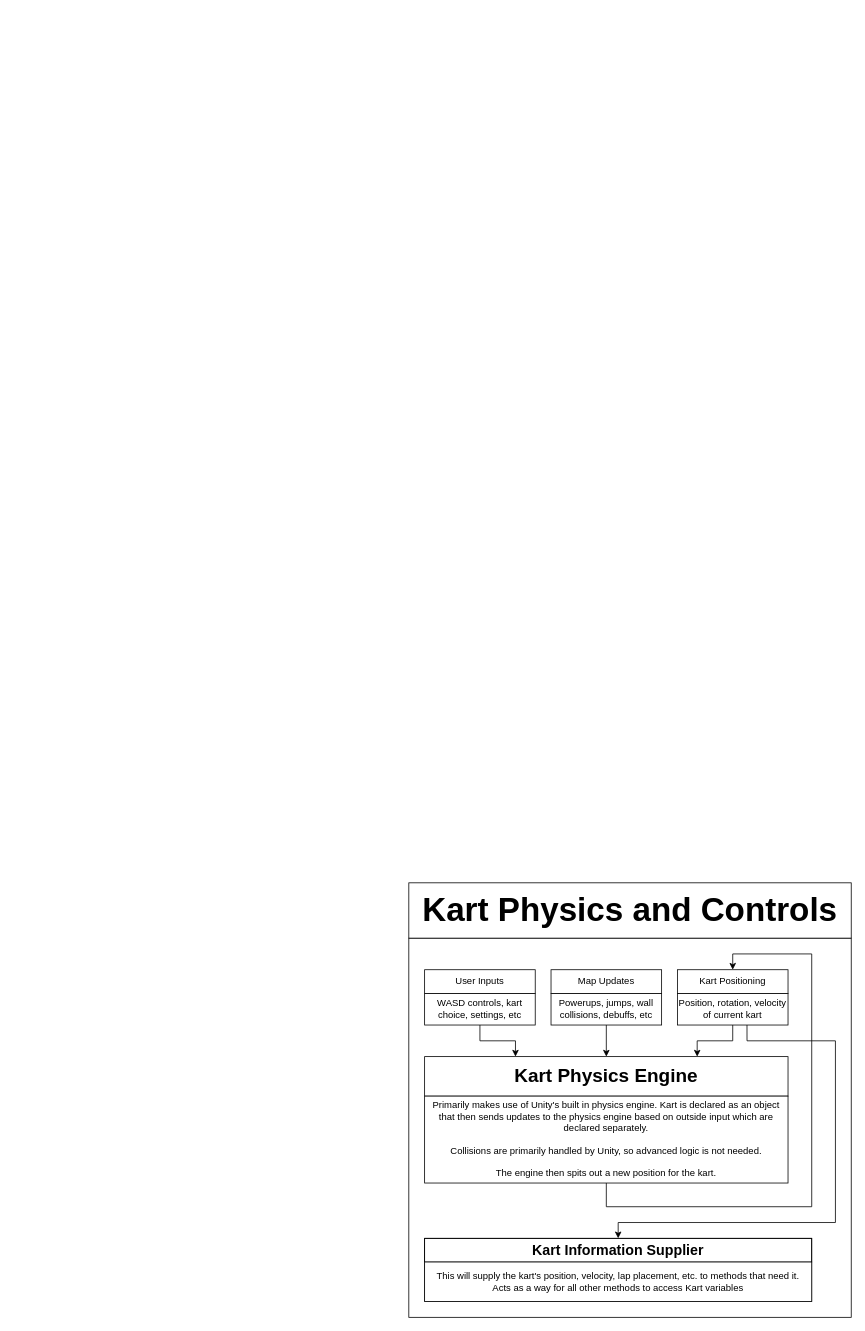
sozalpasan1/HWKartKlash keeps this draw.io diagram as documentation/TechSpecs/KartPhysicsAndControls.drawio. Above is the earlier version. Source tidied: cells renumbered, new cells numbered last; positions are measured from the earlier drawing's top-left corner, leaving out a move shared by most shapes. Both pictures are drawn from the tidied source at 79%, with x=0, y=0 at pixel (408, 882).
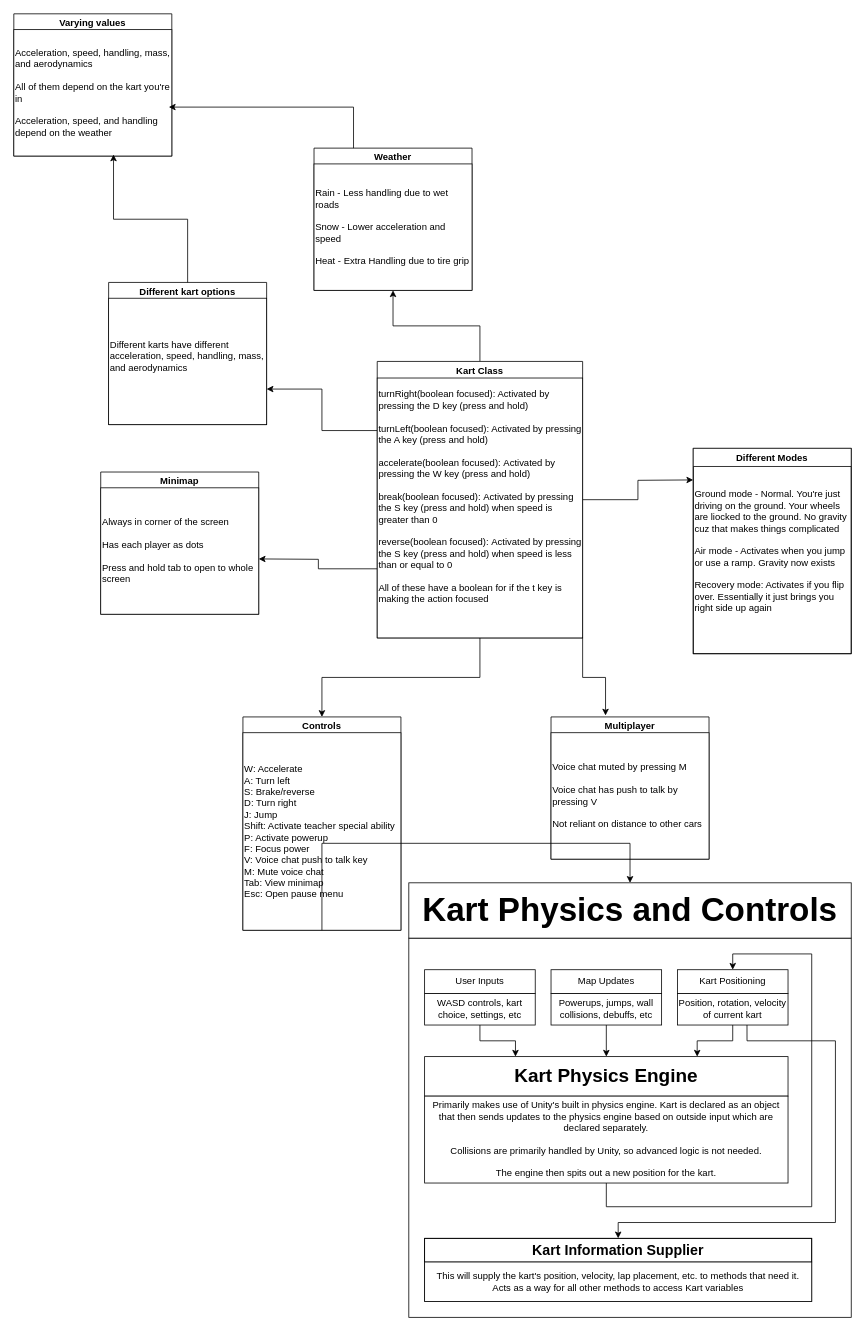
After the change.

Commit message (it also covers changes not shown here):
Jacob Kart and Controls (#11)

* techspec is like done

* added figma thingy

hopefully its detailed enough. i love america!!!!

* change names

* flibbertigibbet

i secretly hate america

---------

Unchanged cells that the change refers to:
```xml
<mxCell id="22" value="&lt;b&gt;&lt;font style=&quot;font-size: 42px;&quot;&gt;Kart Physics and Controls&lt;/font&gt;&lt;/b&gt;" style="rounded=0;whiteSpace=wrap;html=1;" parent="2" vertex="1">
  <mxGeometry width="560" height="70" as="geometry" />
</mxCell>
```

The edit, as a diff of the source:
```diff
@@
+    <mxCell id="25" style="edgeStyle=orthogonalEdgeStyle;rounded=0;jettySize=auto;html=1;exitX=0.5;exitY=1;exitDx=0;exitDy=0;" parent="1" edge="1" source="30" target="38">
+      <mxGeometry relative="1" as="geometry" />
+    </mxCell>
+    <mxCell id="26" style="edgeStyle=orthogonalEdgeStyle;rounded=0;jettySize=auto;html=1;exitX=0;exitY=0.25;exitDx=0;exitDy=0;entryX=1;entryY=0.75;entryDx=0;entryDy=0;" parent="1" edge="1" source="30" target="40">
+      <mxGeometry relative="1" as="geometry" />
+    </mxCell>
+    <mxCell id="27" style="edgeStyle=orthogonalEdgeStyle;rounded=0;jettySize=auto;html=1;exitX=0.5;exitY=0;exitDx=0;exitDy=0;" parent="1" edge="1" source="30" target="43">
+      <mxGeometry relative="1" as="geometry" />
+    </mxCell>
+    <mxCell id="28" style="edgeStyle=orthogonalEdgeStyle;rounded=0;jettySize=auto;html=1;exitX=0;exitY=0.75;exitDx=0;exitDy=0;" parent="1" edge="1" source="30">
+      <mxGeometry relative="1" as="geometry">
+        <mxPoint x="-190" y="-410" as="targetPoint" />
+      </mxGeometry>
+    </mxCell>
+    <mxCell id="29" style="edgeStyle=orthogonalEdgeStyle;rounded=0;jettySize=auto;html=1;exitX=1;exitY=0.5;exitDx=0;exitDy=0;" parent="1" edge="1" source="30">
+      <mxGeometry relative="1" as="geometry">
+        <mxPoint x="360" y="-510" as="targetPoint" />
+      </mxGeometry>
+    </mxCell>
+    <mxCell id="30" value="Kart Class" style="swimlane;whiteSpace=wrap;html=1;" parent="1" vertex="1">
+      <mxGeometry x="-40" y="-660" width="260" height="350" as="geometry" />
+    </mxCell>
+    <mxCell id="31" value="turnRight(boolean focused): Activated by pressing the D&lt;span style=&quot;background-color: transparent; color: light-dark(rgb(0, 0, 0), rgb(255, 255, 255));&quot;&gt;&amp;nbsp;key (press and hold)&lt;/span&gt;&lt;div&gt;&lt;br&gt;&lt;div&gt;&lt;div&gt;turnLeft(&lt;span style=&quot;background-color: transparent; color: light-dark(rgb(0, 0, 0), rgb(255, 255, 255));&quot;&gt;boolean focused&lt;/span&gt;&lt;span style=&quot;background-color: transparent; color: light-dark(rgb(0, 0, 0), rgb(255, 255, 255));&quot;&gt;): Activated by pressing the A key (press and hold)&lt;/span&gt;&lt;/div&gt;&lt;div&gt;&lt;br&gt;&lt;div&gt;accelerate(&lt;span style=&quot;background-color: transparent; color: light-dark(rgb(0, 0, 0), rgb(255, 255, 255));&quot;&gt;boolean focused&lt;/span&gt;&lt;span style=&quot;background-color: transparent; color: light-dark(rgb(0, 0, 0), rgb(255, 255, 255));&quot;&gt;):&amp;nbsp;&lt;/span&gt;&lt;span style=&quot;background-color: transparent; color: light-dark(rgb(0, 0, 0), rgb(255, 255, 255));&quot;&gt;Activated by pressing the W key (press and hold)&lt;/span&gt;&lt;/div&gt;&lt;div&gt;&lt;span style=&quot;background-color: transparent; color: light-dark(rgb(0, 0, 0), rgb(255, 255, 255));&quot;&gt;&lt;br&gt;&lt;/span&gt;&lt;/div&gt;&lt;div&gt;break(&lt;span style=&quot;background-color: transparent; color: light-dark(rgb(0, 0, 0), rgb(255, 255, 255));&quot;&gt;boolean focused&lt;/span&gt;&lt;span style=&quot;background-color: transparent; color: light-dark(rgb(0, 0, 0), rgb(255, 255, 255));&quot;&gt;):&amp;nbsp;&lt;/span&gt;&lt;span style=&quot;background-color: transparent; color: light-dark(rgb(0, 0, 0), rgb(255, 255, 255));&quot;&gt;Activated by pressing the S key (press and hold) when speed is greater than 0&lt;/span&gt;&lt;/div&gt;&lt;div&gt;&lt;span style=&quot;background-color: transparent; color: light-dark(rgb(0, 0, 0), rgb(255, 255, 255));&quot;&gt;&lt;br&gt;&lt;/span&gt;&lt;/div&gt;&lt;div&gt;reverse(boolean focused):&amp;nbsp;&lt;span style=&quot;background-color: transparent; color: light-dark(rgb(0, 0, 0), rgb(255, 255, 255));&quot;&gt;Activated by pressing the S key (press and hold) when speed is less than or equal to 0&lt;/span&gt;&lt;/div&gt;&lt;div&gt;&lt;span style=&quot;background-color: transparent; color: light-dark(rgb(0, 0, 0), rgb(255, 255, 255));&quot;&gt;&lt;br&gt;&lt;/span&gt;&lt;/div&gt;&lt;div&gt;&lt;span style=&quot;background-color: transparent; color: light-dark(rgb(0, 0, 0), rgb(255, 255, 255));&quot;&gt;All of these have a boolean for if the t key is making the action focused&lt;/span&gt;&lt;/div&gt;&lt;div&gt;&lt;span style=&quot;background-color: transparent; color: light-dark(rgb(0, 0, 0), rgb(255, 255, 255));&quot;&gt;&lt;span style=&quot;white-space: pre;&quot;&gt;&#9;&lt;/span&gt;&lt;br&gt;&lt;/span&gt;&lt;/div&gt;&lt;div&gt;&lt;br&gt;&lt;/div&gt;&lt;/div&gt;&lt;/div&gt;&lt;/div&gt;" style="rounded=0;whiteSpace=wrap;html=1;align=left;" parent="30" vertex="1">
+      <mxGeometry y="21" width="260" height="329" as="geometry" />
+    </mxCell>
+    <mxCell id="32" value="Ground mode - Normal. You're just driving on the ground. Your wheels are liocked to the ground. No gravity cuz that makes things complicated&lt;div&gt;&lt;br&gt;&lt;/div&gt;&lt;div&gt;Air mode - Activates when you jump or use a ramp. Gravity now exists&lt;/div&gt;&lt;div&gt;&lt;br&gt;&lt;/div&gt;&lt;div&gt;Recovery mode: Activates if you flip over. Essentially it just brings you right side up again&lt;/div&gt;" style="rounded=0;whiteSpace=wrap;html=1;align=left;" parent="1" vertex="1">
+      <mxGeometry x="360" y="-550" width="200" height="260" as="geometry" />
+    </mxCell>
+    <mxCell id="33" value="Different Modes" style="swimlane;whiteSpace=wrap;html=1;" parent="1" vertex="1">
+      <mxGeometry x="360" y="-550" width="200" height="260" as="geometry" />
+    </mxCell>
+    <mxCell id="34" value="Multiplayer" style="swimlane;whiteSpace=wrap;html=1;" parent="1" vertex="1">
+      <mxGeometry x="180" y="-210" width="200" height="180" as="geometry" />
+    </mxCell>
+    <mxCell id="35" value="Voice chat muted by pressing M&lt;div&gt;&lt;br&gt;&lt;/div&gt;&lt;div&gt;Voice chat has push to talk by pressing V&lt;/div&gt;&lt;div&gt;&lt;br&gt;&lt;/div&gt;&lt;div&gt;Not reliant on distance to other cars&lt;/div&gt;" style="rounded=0;whiteSpace=wrap;html=1;align=left;" parent="34" vertex="1">
+      <mxGeometry y="20" width="200" height="160" as="geometry" />
+    </mxCell>
+    <mxCell id="36" value="Varying values" style="swimlane;whiteSpace=wrap;html=1;" parent="1" vertex="1">
+      <mxGeometry x="-500" y="-1100" width="200" height="180" as="geometry" />
+    </mxCell>
+    <mxCell id="37" value="Acceleration, speed, handling, mass, and aerodynamics&lt;div&gt;&lt;br&gt;&lt;/div&gt;&lt;div&gt;All of them depend on the kart you're in&lt;/div&gt;&lt;div&gt;&lt;br&gt;&lt;/div&gt;&lt;div&gt;Acceleration, speed, and handling depend on the weather&lt;/div&gt;" style="rounded=0;whiteSpace=wrap;html=1;align=left;" parent="36" vertex="1">
+      <mxGeometry y="20" width="200" height="160" as="geometry" />
+    </mxCell>
+    <mxCell id="38" value="Controls" style="swimlane;whiteSpace=wrap;html=1;" parent="1" vertex="1">
+      <mxGeometry x="-210" y="-210" width="200" height="270" as="geometry" />
+    </mxCell>
+    <mxCell id="39" value="W: Accelerate&lt;div&gt;A: Turn left&lt;/div&gt;&lt;div&gt;S: Brake/reverse&lt;/div&gt;&lt;div&gt;D: Turn right&lt;/div&gt;&lt;div&gt;J: Jump&lt;/div&gt;&lt;div&gt;Shift: Activate teacher special ability&lt;/div&gt;&lt;div&gt;P: Activate powerup&lt;/div&gt;&lt;div&gt;F: Focus power&lt;/div&gt;&lt;div&gt;V: Voice chat push to talk key&lt;/div&gt;&lt;div&gt;M: Mute voice chat&lt;/div&gt;&lt;div&gt;Tab: View minimap&lt;/div&gt;&lt;div&gt;Esc: Open pause menu&lt;/div&gt;" style="rounded=0;whiteSpace=wrap;html=1;align=left;" parent="38" vertex="1">
+      <mxGeometry y="20" width="200" height="250" as="geometry" />
+    </mxCell>
+    <mxCell id="40" value="Different kart options" style="swimlane;whiteSpace=wrap;html=1;" parent="1" vertex="1">
+      <mxGeometry x="-380" y="-760" width="200" height="180" as="geometry" />
+    </mxCell>
+    <mxCell id="41" value="Different karts have different acceleration, speed, handling, mass, and aerodynamics&lt;div&gt;&lt;br&gt;&lt;/div&gt;" style="rounded=0;whiteSpace=wrap;html=1;align=left;" parent="40" vertex="1">
+      <mxGeometry y="20" width="200" height="160" as="geometry" />
+    </mxCell>
+    <mxCell id="42" value="Weather" style="swimlane;whiteSpace=wrap;html=1;" parent="1" vertex="1">
+      <mxGeometry x="-120" y="-930" width="200" height="180" as="geometry" />
+    </mxCell>
+    <mxCell id="43" value="Rai&lt;span style=&quot;background-color: transparent; color: light-dark(rgb(0, 0, 0), rgb(255, 255, 255));&quot;&gt;n - Less handling due to wet roads&lt;/span&gt;&lt;div&gt;&lt;br&gt;&lt;div&gt;&lt;div&gt;Snow - Lower acceleration and speed&lt;/div&gt;&lt;div&gt;&lt;br&gt;&lt;/div&gt;&lt;div&gt;Heat - Extra Handling due to tire grip&lt;/div&gt;&lt;/div&gt;&lt;/div&gt;" style="rounded=0;whiteSpace=wrap;html=1;align=left;" parent="42" vertex="1">
+      <mxGeometry y="20" width="200" height="160" as="geometry" />
+    </mxCell>
+    <mxCell id="44" value="Minimap" style="swimlane;whiteSpace=wrap;html=1;" parent="1" vertex="1">
+      <mxGeometry x="-390" y="-520" width="200" height="180" as="geometry" />
+    </mxCell>
+    <mxCell id="45" value="Always in corner of the screen&lt;div&gt;&lt;br&gt;&lt;/div&gt;&lt;div&gt;Has each player as dots&lt;br&gt;&lt;div&gt;&lt;br&gt;&lt;/div&gt;&lt;div&gt;Press and hold tab to open to whole screen&lt;/div&gt;&lt;/div&gt;" style="rounded=0;whiteSpace=wrap;html=1;align=left;" parent="44" vertex="1">
+      <mxGeometry y="20" width="200" height="160" as="geometry" />
+    </mxCell>
+    <mxCell id="46" style="edgeStyle=orthogonalEdgeStyle;rounded=0;jettySize=auto;html=1;exitX=0.5;exitY=0;exitDx=0;exitDy=0;entryX=0.631;entryY=0.988;entryDx=0;entryDy=0;entryPerimeter=0;" parent="1" edge="1" source="40" target="37">
+      <mxGeometry relative="1" as="geometry" />
+    </mxCell>
+    <mxCell id="47" style="edgeStyle=orthogonalEdgeStyle;rounded=0;jettySize=auto;html=1;exitX=0.25;exitY=0;exitDx=0;exitDy=0;entryX=0.981;entryY=0.613;entryDx=0;entryDy=0;entryPerimeter=0;" parent="1" edge="1" source="42" target="37">
+      <mxGeometry relative="1" as="geometry" />
+    </mxCell>
+    <mxCell id="48" style="edgeStyle=orthogonalEdgeStyle;rounded=0;jettySize=auto;html=1;exitX=1;exitY=1;exitDx=0;exitDy=0;entryX=0.345;entryY=-0.01;entryDx=0;entryDy=0;entryPerimeter=0;" parent="1" edge="1" source="30" target="34">
+      <mxGeometry relative="1" as="geometry" />
+    </mxCell>
@@
+    <mxCell id="49" style="edgeStyle=orthogonalEdgeStyle;rounded=0;jettySize=auto;html=1;exitX=0.5;exitY=1;exitDx=0;exitDy=0;entryX=0.5;entryY=0;entryDx=0;entryDy=0;" parent="1" edge="1" source="38" target="22">
+      <mxGeometry relative="1" as="geometry">
+        <Array as="points">
+          <mxPoint x="-110" y="-50" />
+          <mxPoint x="280" y="-50" />
+        </Array>
+      </mxGeometry>
+    </mxCell>
```
